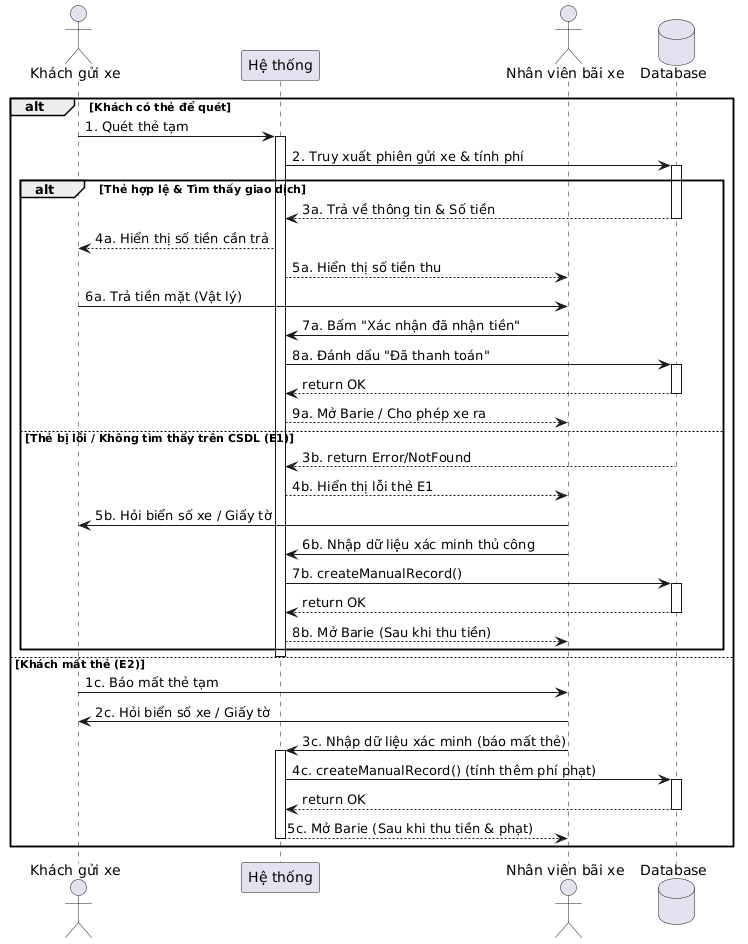
The PlantUML diagram LaTex/pictures/seq_thanhtoanthucong.png in KTX-0711/Software-Engineering-Assignment-HK252, before a commit.
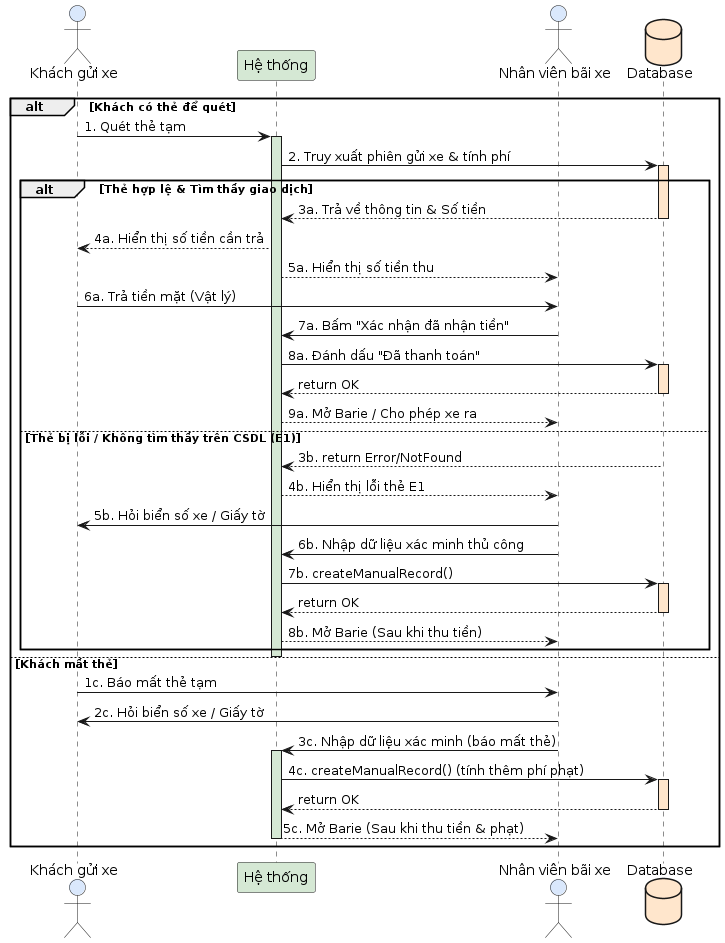
The same diagram one commit later.

The edit, as a diff of the source:
```diff
@@ -1,15 +1,15 @@
 @startuml
-actor "Khách gửi xe" as User
-participant "Hệ thống" as System
-actor "Nhân viên bãi xe" as Staff
-database "Database" as DB
+actor "Khách gửi xe" as User #DAE8FC
+participant "Hệ thống" as System #D5E8D4
+actor "Nhân viên bãi xe" as Staff #DAE8FC
+database "Database" as DB #FFE6CC
 
 alt Khách có thẻ để quét
     User -> System : 1. Quét thẻ tạm
-    activate System
+    activate System #D5E8D4
 
     System -> DB : 2. Truy xuất phiên gửi xe & tính phí
-    activate DB
+    activate DB #FFE6CC
 
     alt Thẻ hợp lệ & Tìm thấy giao dịch
         DB --> System : 3a. Trả về thông tin & Số tiền
@@ -21,7 +21,7 @@
         Staff -> System : 7a. Bấm "Xác nhận đã nhận tiền"
 
         System -> DB : 8a. Đánh dấu "Đã thanh toán"
-        activate DB
+        activate DB #FFE6CC
         DB --> System : return OK
         deactivate DB
         System --> Staff : 9a. Mở Barie / Cho phép xe ra
@@ -34,22 +34,22 @@
         Staff -> User : 5b. Hỏi biển số xe / Giấy tờ
         Staff -> System : 6b. Nhập dữ liệu xác minh thủ công
         System -> DB : 7b. createManualRecord()
-        activate DB
+        activate DB #FFE6CC
         DB --> System : return OK
         deactivate DB
         System --> Staff : 8b. Mở Barie (Sau khi thu tiền)
     end
     deactivate System
 
-else Khách mất thẻ (E2)
+else Khách mất thẻ
     User -> Staff : 1c. Báo mất thẻ tạm
 
     Staff -> User : 2c. Hỏi biển số xe / Giấy tờ
     Staff -> System : 3c. Nhập dữ liệu xác minh (báo mất thẻ)
-    activate System
+    activate System #D5E8D4
 
     System -> DB : 4c. createManualRecord() (tính thêm phí phạt)
-    activate DB
+    activate DB #FFE6CC
     DB --> System : return OK
     deactivate DB
 
```
